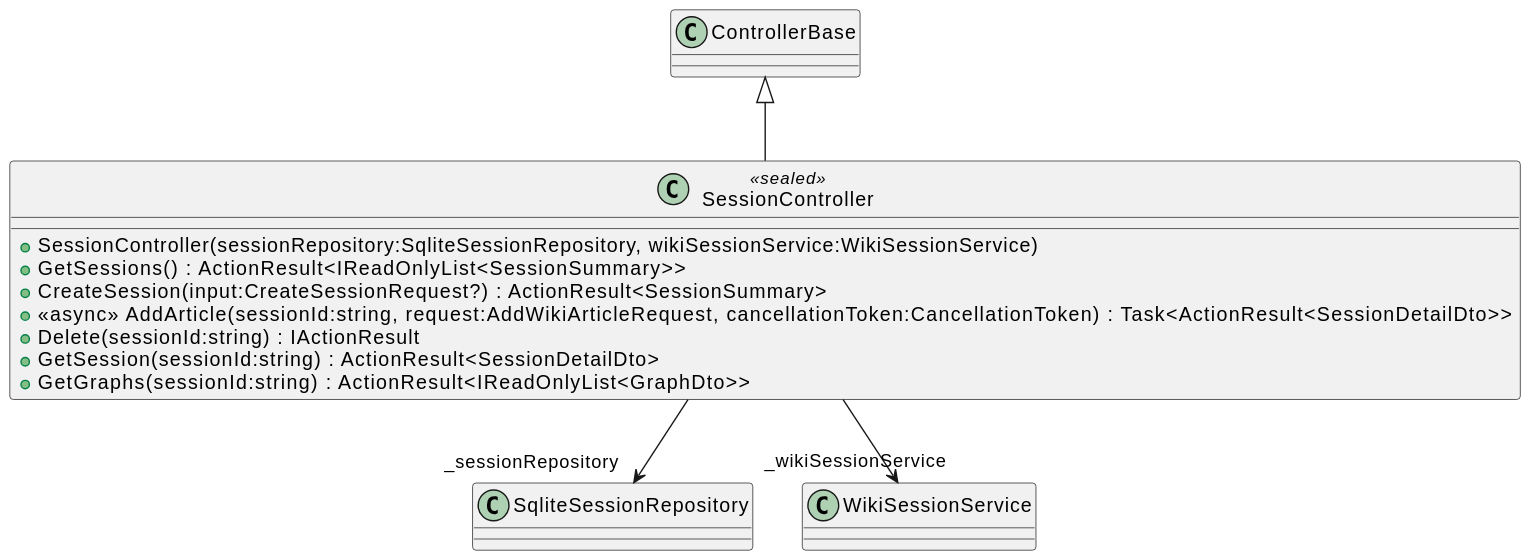
This is uml/WikiGraph.Api/Controllers/SessionController.svg from Tirth-Thakkar/WikiGraph, a PlantUML export, as it was before one commit.
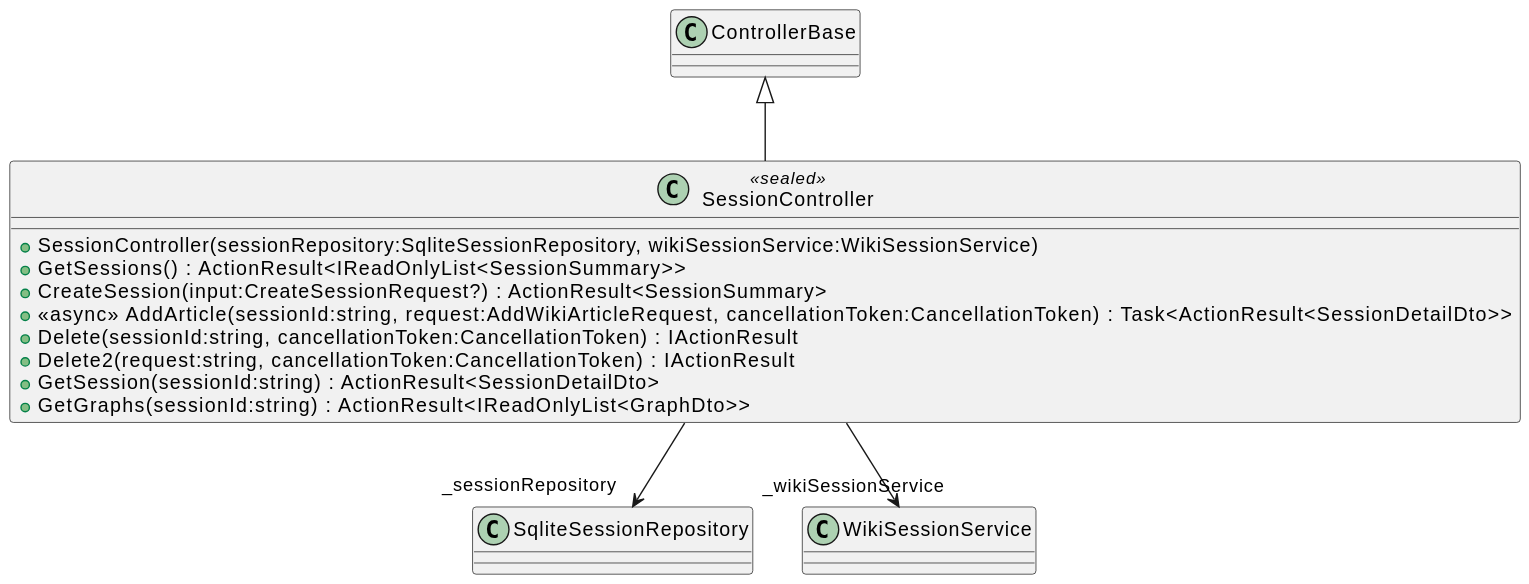
After the commit.

Diff of the diagram source:
```diff
@@ -4,7 +4,8 @@
     + GetSessions() : ActionResult<IReadOnlyList<SessionSummary>>
     + CreateSession(input:CreateSessionRequest?) : ActionResult<SessionSummary>
     + <<async>> AddArticle(sessionId:string, request:AddWikiArticleRequest, cancellationToken:CancellationToken) : Task<ActionResult<SessionDetailDto>>
-    + Delete(sessionId:string) : IActionResult
+    + Delete(sessionId:string, cancellationToken:CancellationToken) : IActionResult
+    + Delete2(request:string, cancellationToken:CancellationToken) : IActionResult
     + GetSession(sessionId:string) : ActionResult<SessionDetailDto>
     + GetGraphs(sessionId:string) : ActionResult<IReadOnlyList<GraphDto>>
 }
```
